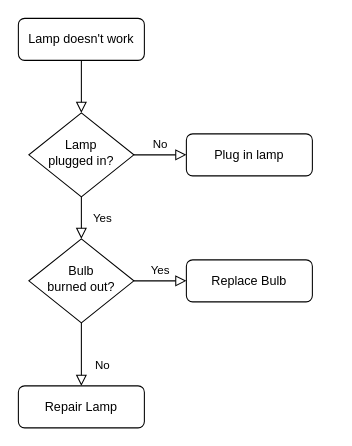
The draw.io diagram Untitled Diagram.drawio in Soumen1602/Fitness_streak, before the edit. Source tidied: cells renumbered, new cells numbered last; positions are measured from the earlier drawing's top-left corner, leaving out a move shared by most shapes. Both pictures are drawn from the tidied source at 105%, with x=0, y=0 at pixel (18, 18).
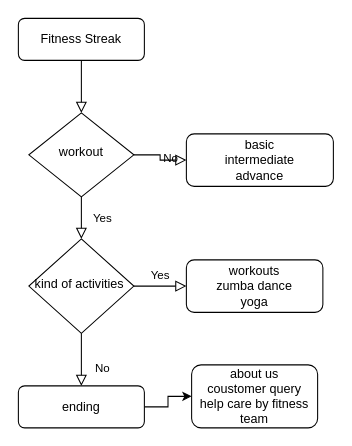
Above is the later version.

Commit message:
fitness streak

The edit, as a diff of the source:
```diff
@@
 <mxGraphModel>
   <root>
     <mxCell id="0" />
     <mxCell id="1" parent="0" />
     <mxCell id="2" style="rounded=0;html=1;jettySize=auto;fontSize=11;endArrow=block;endFill=0;endSize=8;strokeWidth=1;shadow=0;labelBackgroundColor=none;edgeStyle=orthogonalEdgeStyle;" parent="1" edge="1" source="3" target="6">
       <mxGeometry relative="1" as="geometry" />
     </mxCell>
-    <mxCell id="3" value="Lamp doesn't work" style="rounded=1;whiteSpace=wrap;html=1;fontSize=12;glass=0;strokeWidth=1;shadow=0;" parent="1" vertex="1">
+    <mxCell id="3" value="Fitness Streak" style="rounded=1;whiteSpace=wrap;html=1;fontSize=12;glass=0;strokeWidth=1;shadow=0;" parent="1" vertex="1">
       <mxGeometry width="120" height="40" as="geometry" />
     </mxCell>
     <mxCell id="4" value="Yes" style="rounded=0;html=1;jettySize=auto;fontSize=11;endArrow=block;endFill=0;endSize=8;strokeWidth=1;shadow=0;labelBackgroundColor=none;edgeStyle=orthogonalEdgeStyle;" parent="1" edge="1" source="6" target="10">
       <mxGeometry y="20" relative="1" as="geometry" />
     </mxCell>
     <mxCell id="5" value="No" style="edgeStyle=orthogonalEdgeStyle;rounded=0;html=1;jettySize=auto;fontSize=11;endArrow=block;endFill=0;endSize=8;strokeWidth=1;shadow=0;labelBackgroundColor=none;" parent="1" edge="1" source="6" target="7">
       <mxGeometry y="10" relative="1" as="geometry" />
     </mxCell>
-    <mxCell id="6" value="Lamp&lt;br&gt;plugged in?" style="rhombus;whiteSpace=wrap;html=1;shadow=0;fontFamily=Helvetica;fontSize=12;align=center;strokeWidth=1;spacing=6;spacingTop=-4;" parent="1" vertex="1">
+    <mxCell id="6" value="workout" style="rhombus;whiteSpace=wrap;html=1;shadow=0;fontFamily=Helvetica;fontSize=12;align=center;strokeWidth=1;spacing=6;spacingTop=-4;" parent="1" vertex="1">
       <mxGeometry x="10" y="90" width="100" height="80" as="geometry" />
     </mxCell>
-    <mxCell id="7" value="Plug in lamp" style="rounded=1;whiteSpace=wrap;html=1;fontSize=12;glass=0;strokeWidth=1;shadow=0;" parent="1" vertex="1">
-      <mxGeometry x="160" y="110" width="120" height="40" as="geometry" />
+    <mxCell id="7" value="basic&lt;div&gt;intermediate&lt;/div&gt;&lt;div&gt;advance&lt;/div&gt;" style="rounded=1;whiteSpace=wrap;html=1;fontSize=12;glass=0;strokeWidth=1;shadow=0;" parent="1" vertex="1">
+      <mxGeometry x="160" y="110" width="140" height="50" as="geometry" />
     </mxCell>
     <mxCell id="8" value="No" style="rounded=0;html=1;jettySize=auto;fontSize=11;endArrow=block;endFill=0;endSize=8;strokeWidth=1;shadow=0;labelBackgroundColor=none;edgeStyle=orthogonalEdgeStyle;" parent="1" edge="1" source="10" target="11">
       <mxGeometry x="0.33" y="20" relative="1" as="geometry" />
     </mxCell>
     <mxCell id="9" value="Yes" style="edgeStyle=orthogonalEdgeStyle;rounded=0;html=1;jettySize=auto;fontSize=11;endArrow=block;endFill=0;endSize=8;strokeWidth=1;shadow=0;labelBackgroundColor=none;" parent="1" edge="1" source="10" target="12">
       <mxGeometry y="10" relative="1" as="geometry" />
     </mxCell>
-    <mxCell id="10" value="Bulb&lt;br&gt;burned out?" style="rhombus;whiteSpace=wrap;html=1;shadow=0;fontFamily=Helvetica;fontSize=12;align=center;strokeWidth=1;spacing=6;spacingTop=-4;" parent="1" vertex="1">
-      <mxGeometry x="10" y="210" width="100" height="80" as="geometry" />
+    <mxCell id="10" value="kind of activities&amp;nbsp;" style="rhombus;whiteSpace=wrap;html=1;shadow=0;fontFamily=Helvetica;fontSize=12;align=center;strokeWidth=1;spacing=6;spacingTop=-4;" parent="1" vertex="1">
+      <mxGeometry x="10" y="210" width="100" height="90" as="geometry" />
     </mxCell>
+    <mxCell id="13" style="edgeStyle=orthogonalEdgeStyle;rounded=0;jettySize=auto;html=1;" parent="1" edge="1" source="11" target="14">
+      <mxGeometry relative="1" as="geometry" />
+    </mxCell>
-    <mxCell id="11" value="Repair Lamp" style="rounded=1;whiteSpace=wrap;html=1;fontSize=12;glass=0;strokeWidth=1;shadow=0;" parent="1" vertex="1">
+    <mxCell id="11" value="ending" style="rounded=1;whiteSpace=wrap;html=1;fontSize=12;glass=0;strokeWidth=1;shadow=0;" parent="1" vertex="1">
       <mxGeometry y="350" width="120" height="40" as="geometry" />
     </mxCell>
-    <mxCell id="12" value="Replace Bulb" style="rounded=1;whiteSpace=wrap;html=1;fontSize=12;glass=0;strokeWidth=1;shadow=0;" parent="1" vertex="1">
-      <mxGeometry x="160" y="230" width="120" height="40" as="geometry" />
+    <mxCell id="12" value="workouts&lt;div&gt;zumba dance&lt;/div&gt;&lt;div&gt;yoga&lt;/div&gt;" style="rounded=1;whiteSpace=wrap;html=1;fontSize=12;glass=0;strokeWidth=1;shadow=0;" parent="1" vertex="1">
+      <mxGeometry x="160" y="230" width="130" height="50" as="geometry" />
     </mxCell>
+    <mxCell id="14" value="about us&lt;div&gt;coustomer query&lt;/div&gt;&lt;div&gt;help care by fitness team&lt;/div&gt;" style="rounded=1;whiteSpace=wrap;html=1;" parent="1" vertex="1">
+      <mxGeometry x="165" y="330" width="120" height="60" as="geometry" />
+    </mxCell>
   </root>
 </mxGraphModel>
```
